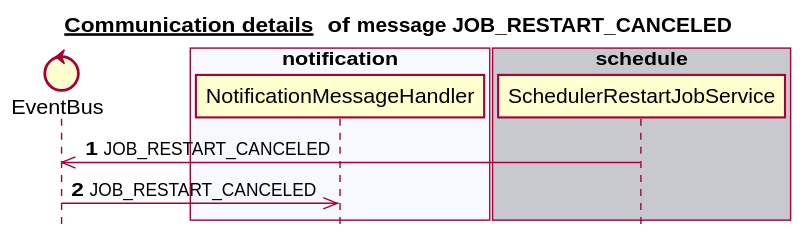
The PlantUML diagram docs/latest/images/gen_domain_messaging_job_restart_canceled.svg in mercedes-benz/sechub, before a commit. Source of this version:
```plantuml
@startuml


title __Communication details __ of **message JOB_RESTART_CANCELED**
skinparam style strictuml


control EventBus
box "scan" #C8C8CF
end box
box "authorization" #F8F8FF
end box
box "administration" #C8C8CF
end box
box "notification" #F8F8FF
   participant NotificationMessageHandler
end box
box "schedule" #C8C8CF
   participant SchedulerRestartJobService
end box
autonumber 1
SchedulerRestartJobService ->> EventBus:JOB_RESTART_CANCELED
EventBus ->> NotificationMessageHandler:JOB_RESTART_CANCELED
autonumber stop


@enduml
```
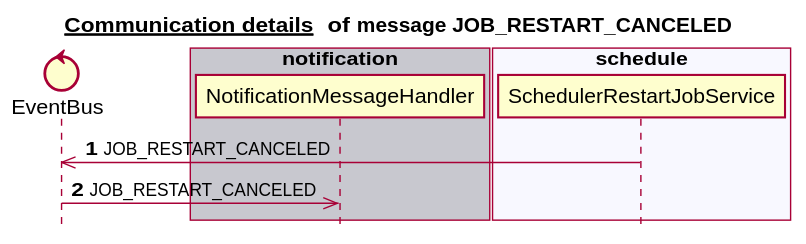
The same diagram one commit later.

Diff of the diagram source:
```diff
@@ -6,17 +6,17 @@
 
 
 control EventBus
-box "scan" #C8C8CF
+box "notification" #C8C8CF
+   participant NotificationMessageHandler
 end box
 box "authorization" #F8F8FF
 end box
 box "administration" #C8C8CF
 end box
-box "notification" #F8F8FF
-   participant NotificationMessageHandler
+box "schedule" #F8F8FF
+   participant SchedulerRestartJobService
 end box
-box "schedule" #C8C8CF
-   participant SchedulerRestartJobService
+box "scan" #C8C8CF
 end box
 autonumber 1
 SchedulerRestartJobService ->> EventBus:JOB_RESTART_CANCELED
```
